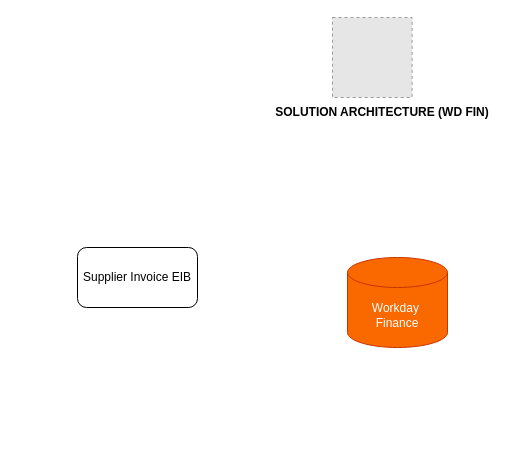
This is deepL Solution Architecture (WD FIN).drawio from sandyaroma/sandyaroma, a draw.io file, before an edit. Source tidied: cells renumbered, new cells numbered last; positions are measured from the earlier drawing's top-left corner, leaving out a move shared by most shapes. Both pictures are drawn from the tidied source at 100%, with x=0, y=0 at pixel (77, 17). Pictures stored in the file or linked from it are replaced by grey dashed boxes.
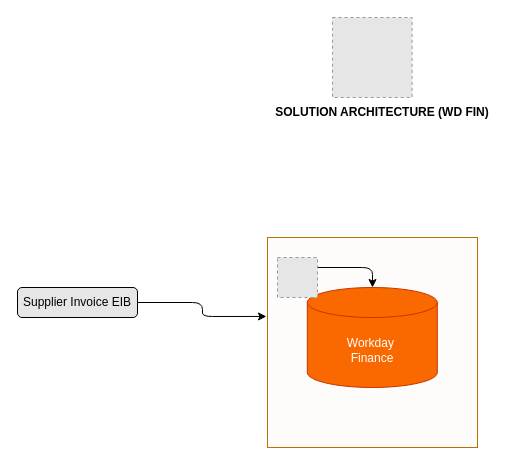
After the change.

Change to the diagram source:
```diff
@@
 <mxGraphModel>
   <root>
     <mxCell id="0" />
     <mxCell id="1" parent="0" />
+    <mxCell id="6" style="rounded=0;whiteSpace=wrap;html=1;fillColor=#FEFCFB;fontColor=#000000;strokeColor=#BD7000;" parent="1" vertex="1">
+      <mxGeometry x="190" y="220" width="210" height="210" as="geometry" />
+    </mxCell>
-    <mxCell id="2" value="Supplier Invoice EIB" style="rounded=1;whiteSpace=wrap;html=1;" parent="1" vertex="1">
-      <mxGeometry y="230" width="120" height="60" as="geometry" />
+    <mxCell id="2" value="Supplier Invoice EIB" style="rounded=1;whiteSpace=wrap;html=1;fillColor=#E6E6E6;" parent="1" vertex="1">
+      <mxGeometry x="-60" y="270" width="120" height="30" as="geometry" />
     </mxCell>
     <mxCell id="3" value="&lt;font color=&quot;#ffffff&quot;&gt;Workday&amp;nbsp;&lt;/font&gt;&lt;div&gt;&lt;font color=&quot;#ffffff&quot;&gt;Finance&lt;/font&gt;&lt;/div&gt;" style="shape=cylinder3;whiteSpace=wrap;html=1;boundedLbl=1;backgroundOutline=1;size=15;fillColor=#fa6800;fontColor=#000000;strokeColor=#C73500;" parent="1" vertex="1">
-      <mxGeometry x="270" y="240" width="100" height="90" as="geometry" />
+      <mxGeometry x="229.8" y="270" width="130" height="100" as="geometry" />
     </mxCell>
     <mxCell id="4" style="fillColor=#E6E6E6;strokeColor=#999999;dashed=1;verticalLabelPosition=bottom;labelBackgroundColor=default;verticalAlign=top;" parent="1" vertex="1">
       <mxGeometry x="255" width="79.6" height="80" as="geometry" />
     </mxCell>
     <mxCell id="5" value="&lt;b&gt;SOLUTION ARCHITECTURE (WD FIN)&lt;/b&gt;" style="text;html=1;align=center;verticalAlign=middle;whiteSpace=wrap;rounded=0;" parent="1" vertex="1">
       <mxGeometry x="180" y="80" width="250" height="30" as="geometry" />
     </mxCell>
+    <mxCell id="7" style="edgeStyle=orthogonalEdgeStyle;rounded=1;jettySize=auto;html=1;entryX=-0.005;entryY=0.376;entryDx=0;entryDy=0;entryPerimeter=0;curved=0;" parent="1" edge="1" source="2" target="6">
+      <mxGeometry relative="1" as="geometry" />
+    </mxCell>
+    <mxCell id="8" style="edgeStyle=orthogonalEdgeStyle;rounded=1;jettySize=auto;html=1;curved=0;" parent="1" edge="1" source="9" target="3">
+      <mxGeometry relative="1" as="geometry">
+        <Array as="points">
+          <mxPoint x="295" y="250" />
+        </Array>
+      </mxGeometry>
+    </mxCell>
+    <mxCell id="9" style="fillColor=#E6E6E6;strokeColor=#999999;dashed=1;html=1;verticalAlign=top;verticalLabelPosition=bottom;labelBackgroundColor=#ffffff;" parent="1" vertex="1">
+      <mxGeometry x="200" y="240" width="40" height="40" as="geometry" />
+    </mxCell>
   </root>
 </mxGraphModel>
```
